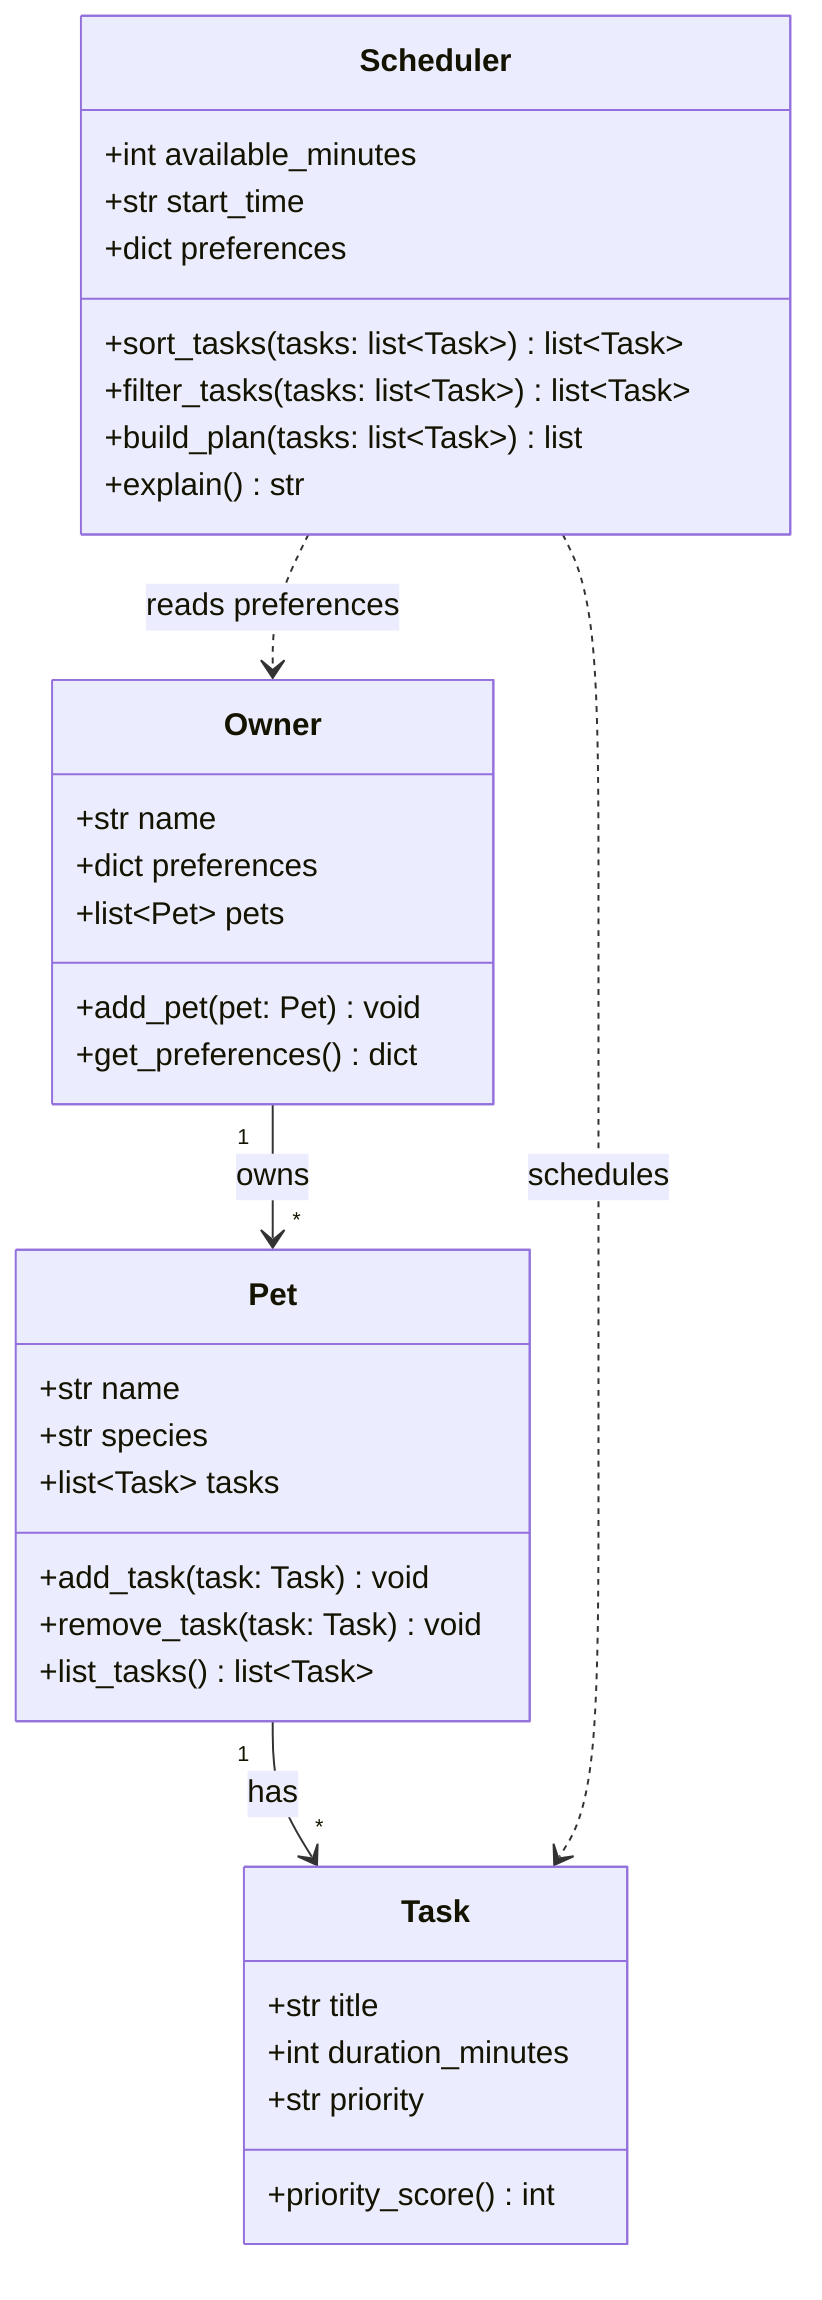
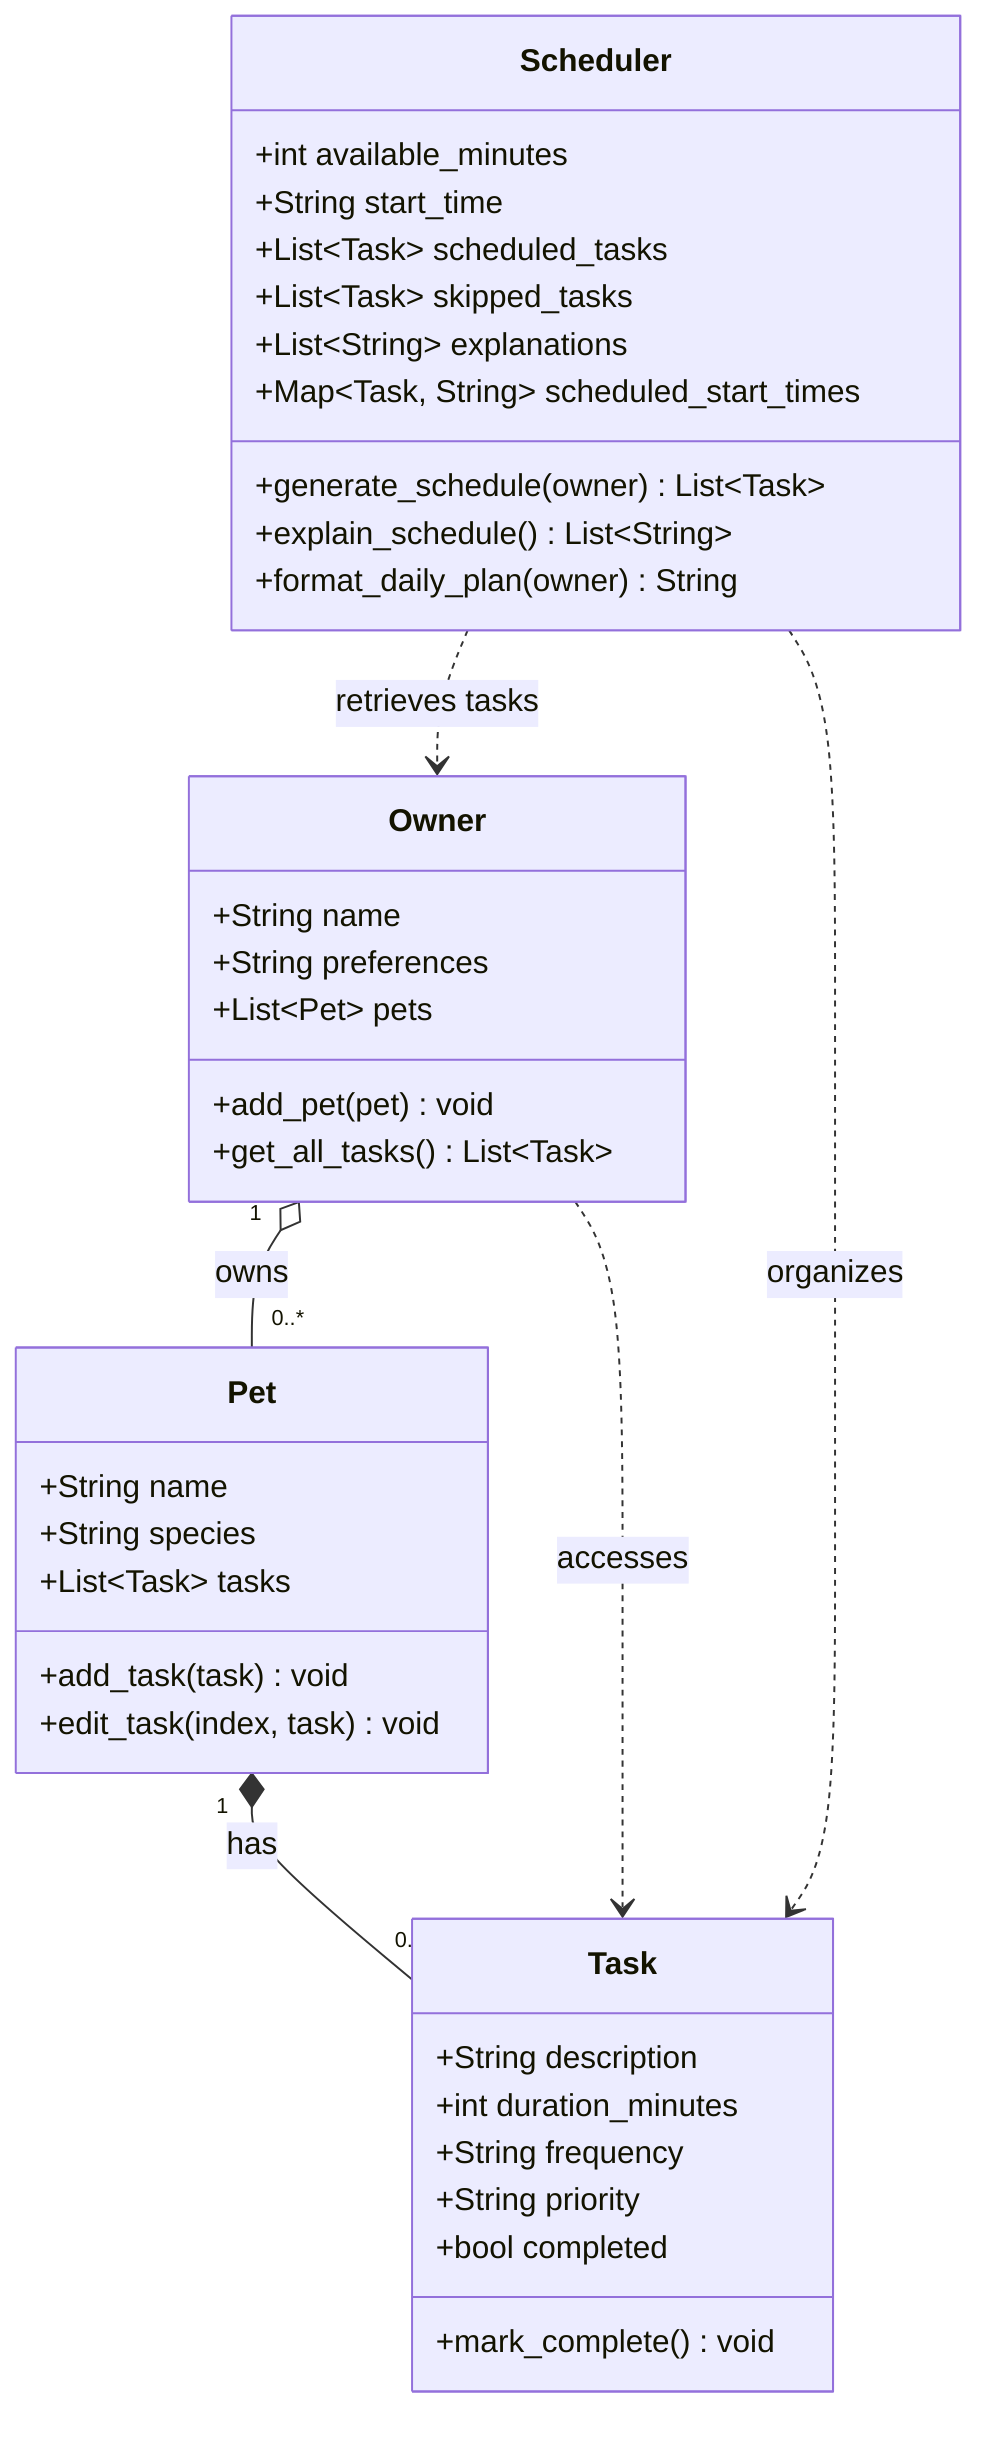
classDiagram
-     %% PawPal+ system design — keep this in sync with the implementation.
- 
    class Owner {
-         +str name
-         +dict preferences
-         +list~Pet~ pets
-         +add_pet(pet: Pet) void
-         +get_preferences() dict
+         +String name
+         +String preferences
+         +List~Pet~ pets
+         +add_pet(pet) void
+         +get_all_tasks() List~Task~
    }

    class Pet {
-         +str name
-         +str species
-         +list~Task~ tasks
-         +add_task(task: Task) void
-         +remove_task(task: Task) void
-         +list_tasks() list~Task~
+         +String name
+         +String species
+         +List~Task~ tasks
+         +add_task(task) void
+         +edit_task(index, task) void
    }

    class Task {
-         +str title
+         +String description
        +int duration_minutes
-         +str priority
-         +priority_score() int
+         +String frequency
+         +String priority
+         +bool completed
+         +mark_complete() void
    }

    class Scheduler {
        +int available_minutes
-         +str start_time
-         +dict preferences
-         +sort_tasks(tasks: list~Task~) list~Task~
-         +filter_tasks(tasks: list~Task~) list~Task~
-         +build_plan(tasks: list~Task~) list
-         +explain() str
+         +String start_time
+         +List~Task~ scheduled_tasks
+         +List~Task~ skipped_tasks
+         +List~String~ explanations
+         +Map~Task, String~ scheduled_start_times
+         +generate_schedule(owner) List~Task~
+         +explain_schedule() List~String~
+         +format_daily_plan(owner) String
    }

-     Owner "1" --> "*" Pet : owns
-     Pet "1" --> "*" Task : has
-     Scheduler ..> Task : schedules
-     Scheduler ..> Owner : reads preferences
+     Owner "1" o-- "0..*" Pet : owns
+     Pet "1" *-- "0..*" Task : has
+     Owner ..> Task : accesses
+     Scheduler ..> Owner : retrieves tasks
+     Scheduler ..> Task : organizes
